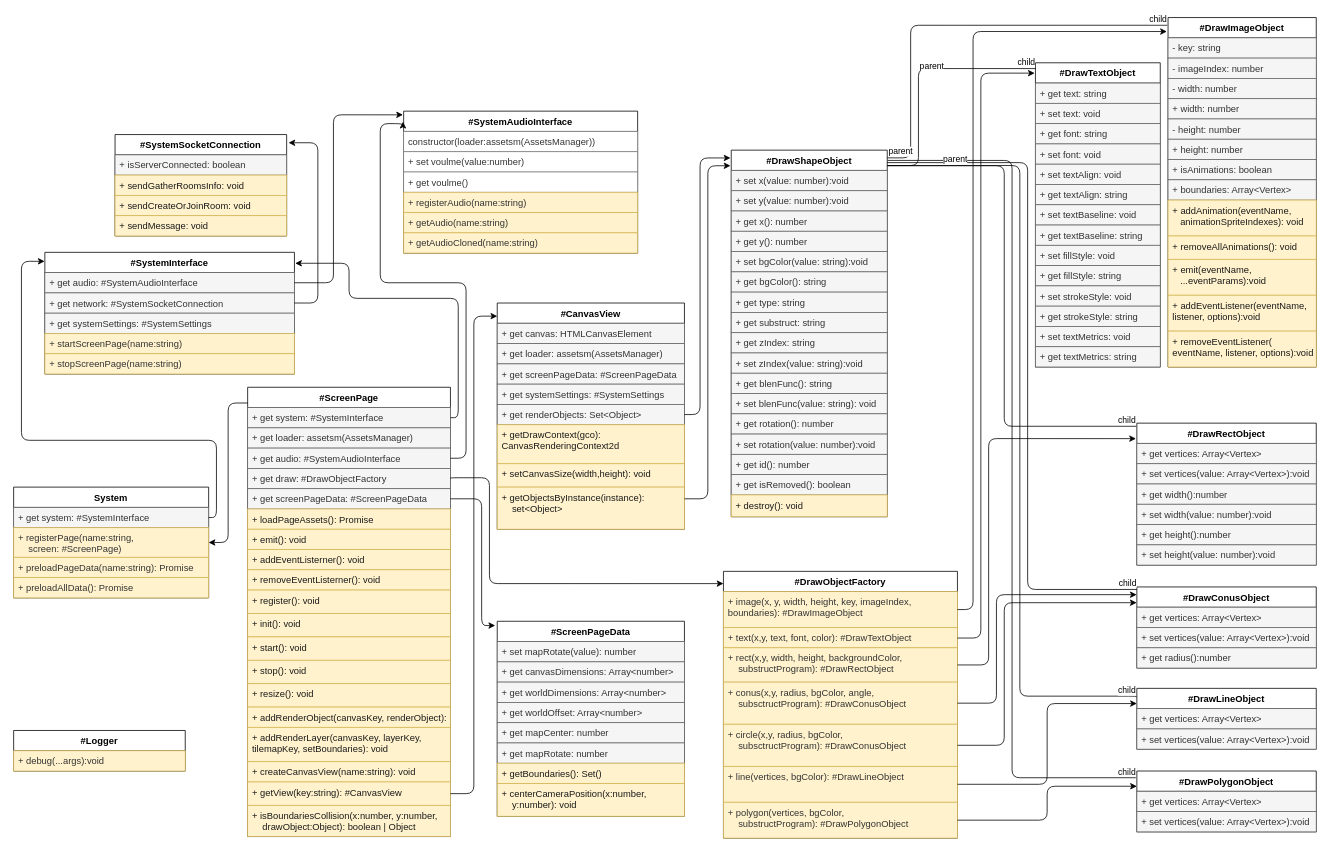
Earlier version of the draw.io diagram schemes/system.dio (ALapinskas/jsge). Source tidied: cells renumbered, new cells numbered last; positions are measured from the earlier drawing's top-left corner, leaving out a move shared by most shapes. Both pictures are drawn from the tidied source at 78%, with x=0, y=0 at pixel (13, 17).
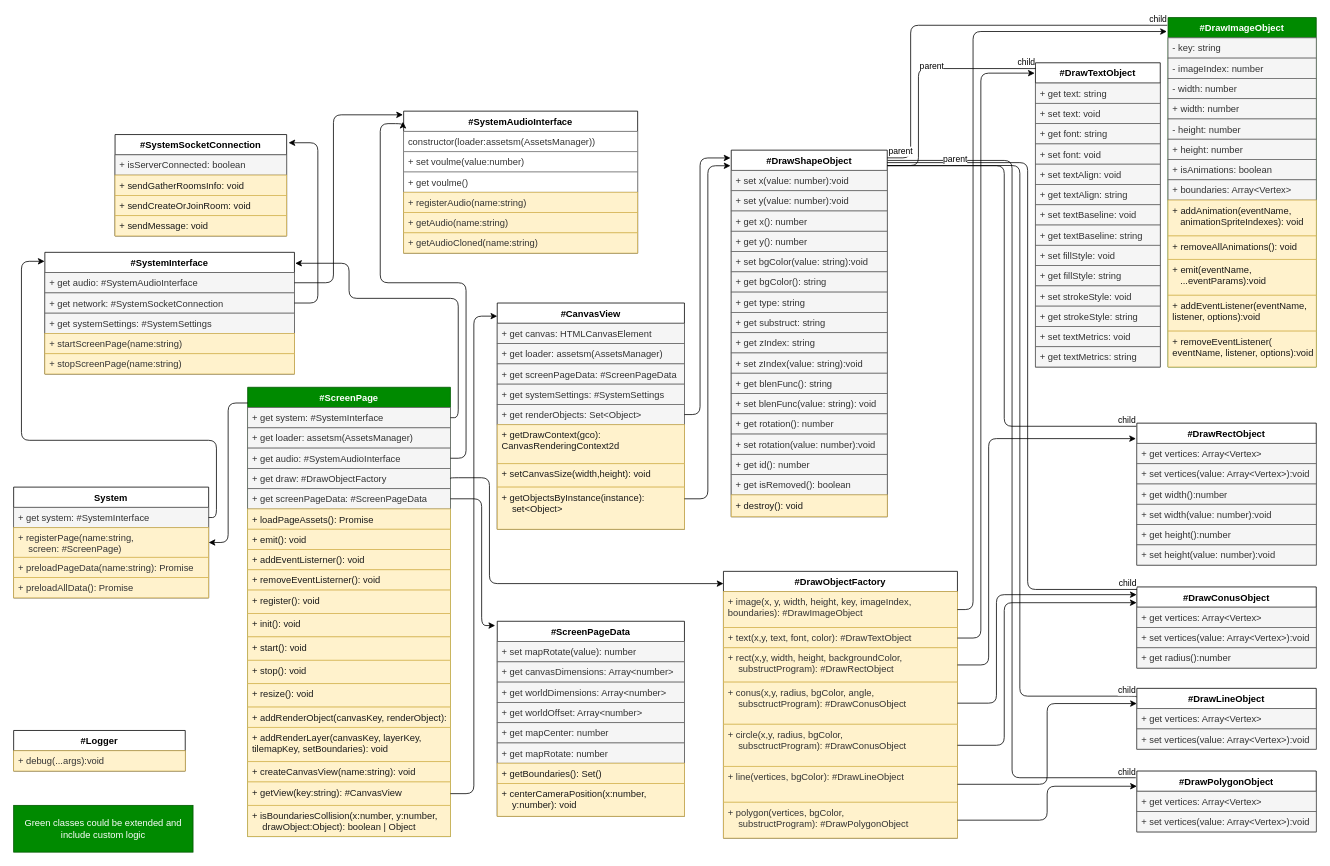
After the change.

What changed in the source:
```diff
@@
-    <mxCell id="32" value="#ScreenPage&#10;&#10;" style="swimlane;fontStyle=1;align=center;verticalAlign=top;horizontal=1;startSize=26;" parent="1" vertex="1">
+    <mxCell id="32" value="#ScreenPage&#10;&#10;" style="swimlane;fontStyle=1;align=center;verticalAlign=top;horizontal=1;startSize=26;fillColor=#008a00;fontColor=#ffffff;strokeColor=#005700;" parent="1" vertex="1">
       <mxGeometry x="300" y="474" width="260" height="576" as="geometry" />
     </mxCell>
@@
-    <mxCell id="88" value="#DrawImageObject" style="swimlane;fontStyle=1;align=center;verticalAlign=top;horizontal=1;startSize=26;" parent="1" vertex="1">
+    <mxCell id="88" value="#DrawImageObject" style="swimlane;fontStyle=1;align=center;verticalAlign=top;horizontal=1;startSize=26;fillColor=#008a00;fontColor=#ffffff;strokeColor=#005700;" parent="1" vertex="1">
       <mxGeometry x="1480" width="190" height="448" as="geometry" />
     </mxCell>
@@
+    <mxCell id="171" value="Green classes could be extended and include custom logic" style="rounded=0;whiteSpace=wrap;html=1;fillColor=#008a00;fontColor=#ffffff;strokeColor=#005700;" parent="1" vertex="1">
+      <mxGeometry y="1010" width="230" height="60" as="geometry" />
+    </mxCell>
```
